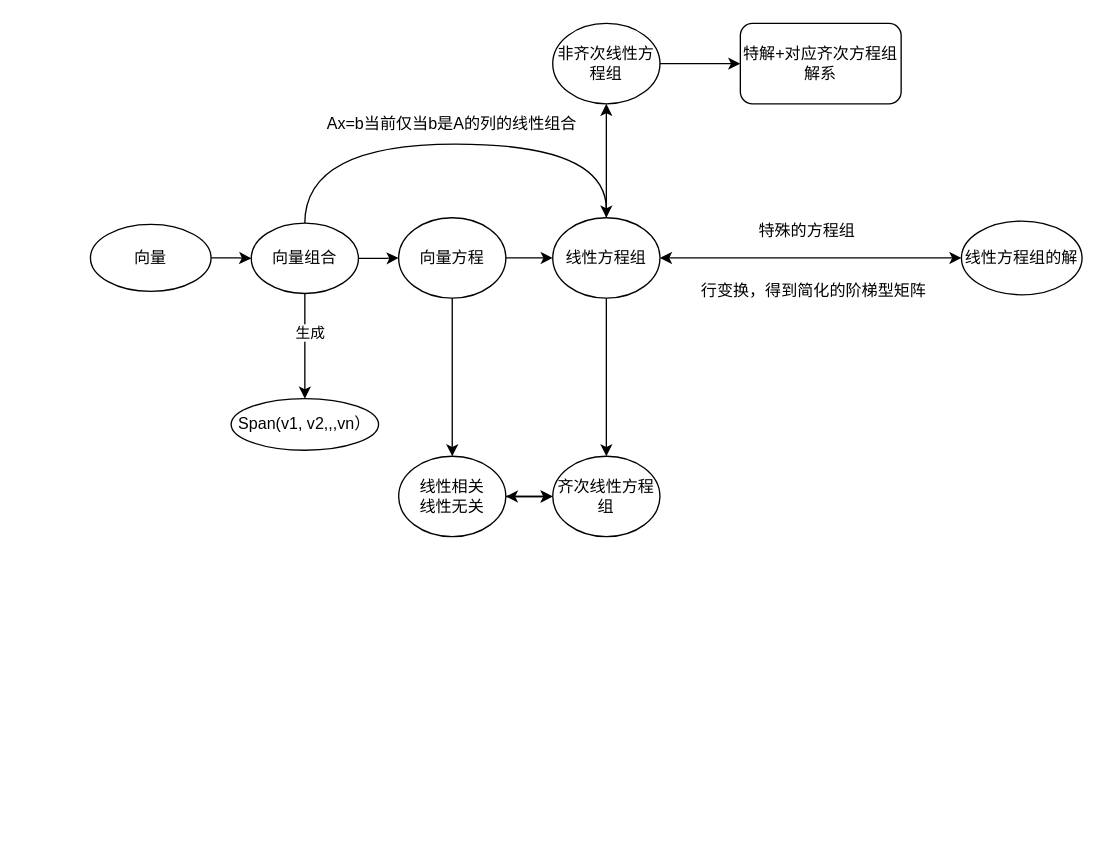
Earlier version of the draw.io diagram 线性代数.drawio (haithink/diagrams). Source tidied: cells renumbered, new cells numbered last; positions are measured from the earlier drawing's top-left corner, leaving out a move shared by most shapes. Both pictures are drawn from the tidied source at 134%, with x=0, y=0 at pixel (90, 23).
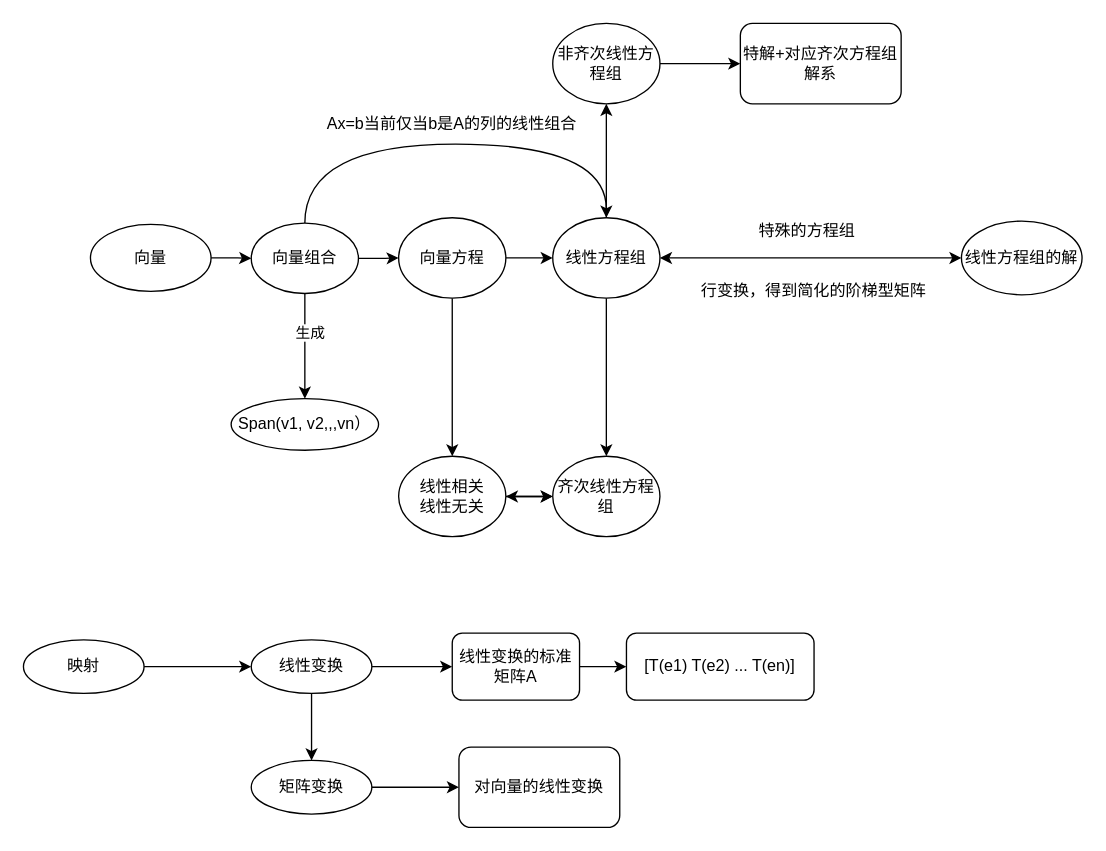
Above is the later version.

Commit message (it also covers changes not shown here):
更新线性代数.drawio

Change to the diagram source:
```diff
@@
+    <mxCell id="28" style="edgeStyle=orthogonalEdgeStyle;curved=1;jettySize=auto;html=1;startArrow=none;startFill=0;endArrow=classic;endFill=1;elbow=vertical;" parent="1" edge="1" source="29" target="32">
+      <mxGeometry relative="1" as="geometry" />
+    </mxCell>
+    <mxCell id="29" value="映射" style="ellipse;whiteSpace=wrap;html=1;" parent="1" vertex="1">
+      <mxGeometry x="-50" y="460" width="90" height="40" as="geometry" />
+    </mxCell>
+    <mxCell id="30" style="edgeStyle=orthogonalEdgeStyle;curved=1;jettySize=auto;html=1;startArrow=none;startFill=0;endArrow=classic;endFill=1;elbow=vertical;" parent="1" edge="1" source="32" target="34">
+      <mxGeometry relative="1" as="geometry" />
+    </mxCell>
+    <mxCell id="31" style="edgeStyle=orthogonalEdgeStyle;curved=1;jettySize=auto;html=1;startArrow=none;startFill=0;endArrow=classic;endFill=1;elbow=vertical;" parent="1" edge="1" source="32" target="36">
+      <mxGeometry relative="1" as="geometry" />
+    </mxCell>
+    <mxCell id="32" value="线性变换" style="ellipse;whiteSpace=wrap;html=1;" parent="1" vertex="1">
+      <mxGeometry x="120" y="460" width="90" height="40" as="geometry" />
+    </mxCell>
+    <mxCell id="33" style="edgeStyle=orthogonalEdgeStyle;curved=1;jettySize=auto;html=1;startArrow=none;startFill=0;endArrow=classic;endFill=1;elbow=vertical;" parent="1" edge="1" source="34" target="38">
+      <mxGeometry relative="1" as="geometry" />
+    </mxCell>
+    <mxCell id="34" value="矩阵变换" style="ellipse;whiteSpace=wrap;html=1;" parent="1" vertex="1">
+      <mxGeometry x="120" y="550" width="90" height="40" as="geometry" />
+    </mxCell>
+    <mxCell id="35" style="edgeStyle=orthogonalEdgeStyle;curved=1;jettySize=auto;html=1;startArrow=none;startFill=0;endArrow=classic;endFill=1;elbow=vertical;" parent="1" edge="1" source="36" target="37">
+      <mxGeometry relative="1" as="geometry" />
+    </mxCell>
+    <mxCell id="36" value="线性变换的标准矩阵A" style="whiteSpace=wrap;html=1;rounded=1;" parent="1" vertex="1">
+      <mxGeometry x="270" y="455" width="95" height="50" as="geometry" />
+    </mxCell>
+    <mxCell id="37" value="[T(e1) T(e2) ... T(en)]" style="whiteSpace=wrap;html=1;rounded=1;" parent="1" vertex="1">
+      <mxGeometry x="400" y="455" width="140" height="50" as="geometry" />
+    </mxCell>
+    <mxCell id="38" value="对向量的线性变换" style="whiteSpace=wrap;html=1;rounded=1;glass=0;sketch=0;" parent="1" vertex="1">
+      <mxGeometry x="275" y="540" width="120" height="60" as="geometry" />
+    </mxCell>
```
